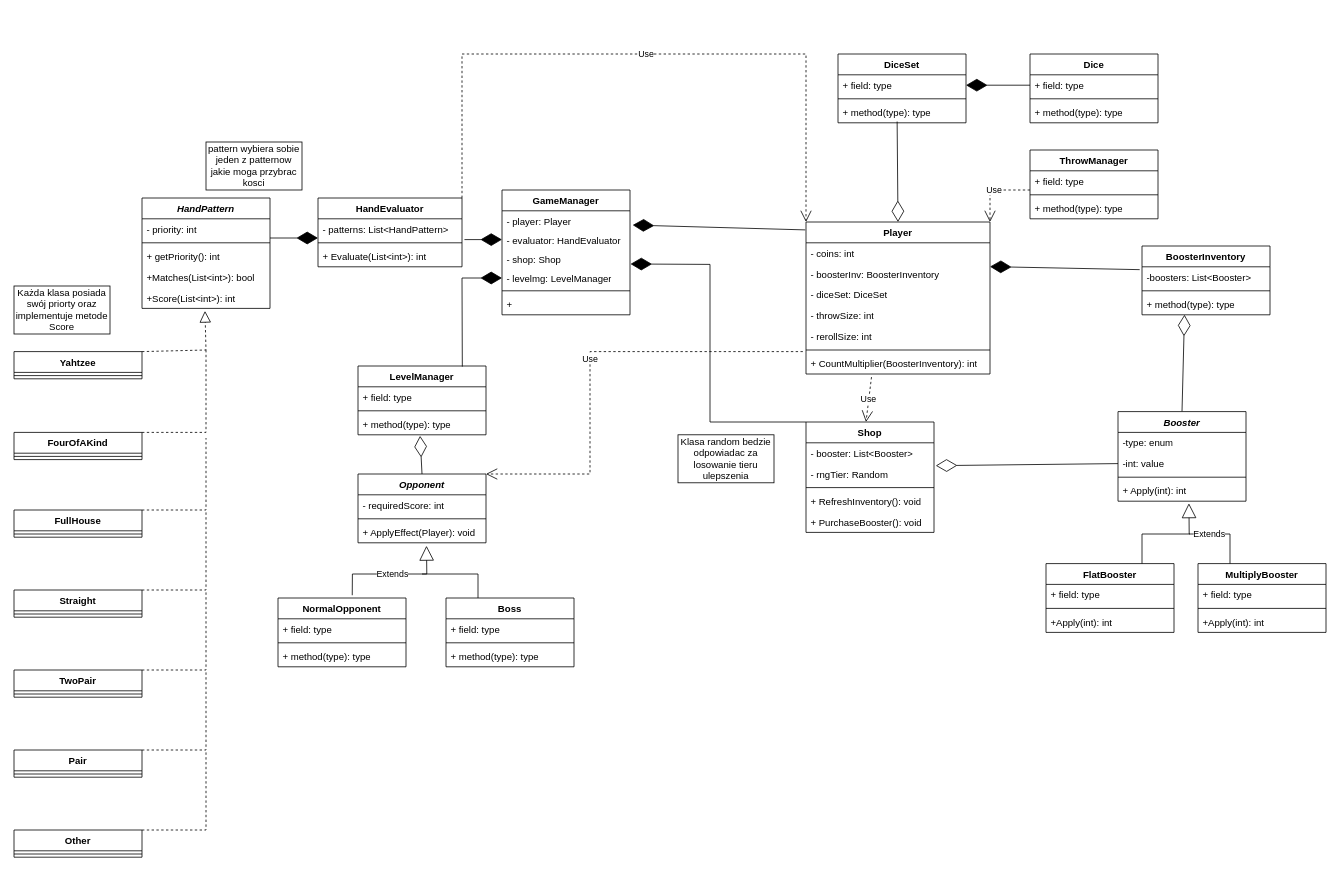
This is DiceGame.drawio from kcprlal/DiceGame, a draw.io file, before an edit. Source tidied: cells renumbered, new cells numbered last; positions are measured from the earlier drawing's top-left corner, leaving out a move shared by most shapes. Both pictures are drawn from the tidied source at 80%, with x=0, y=0 at pixel (14, 54).
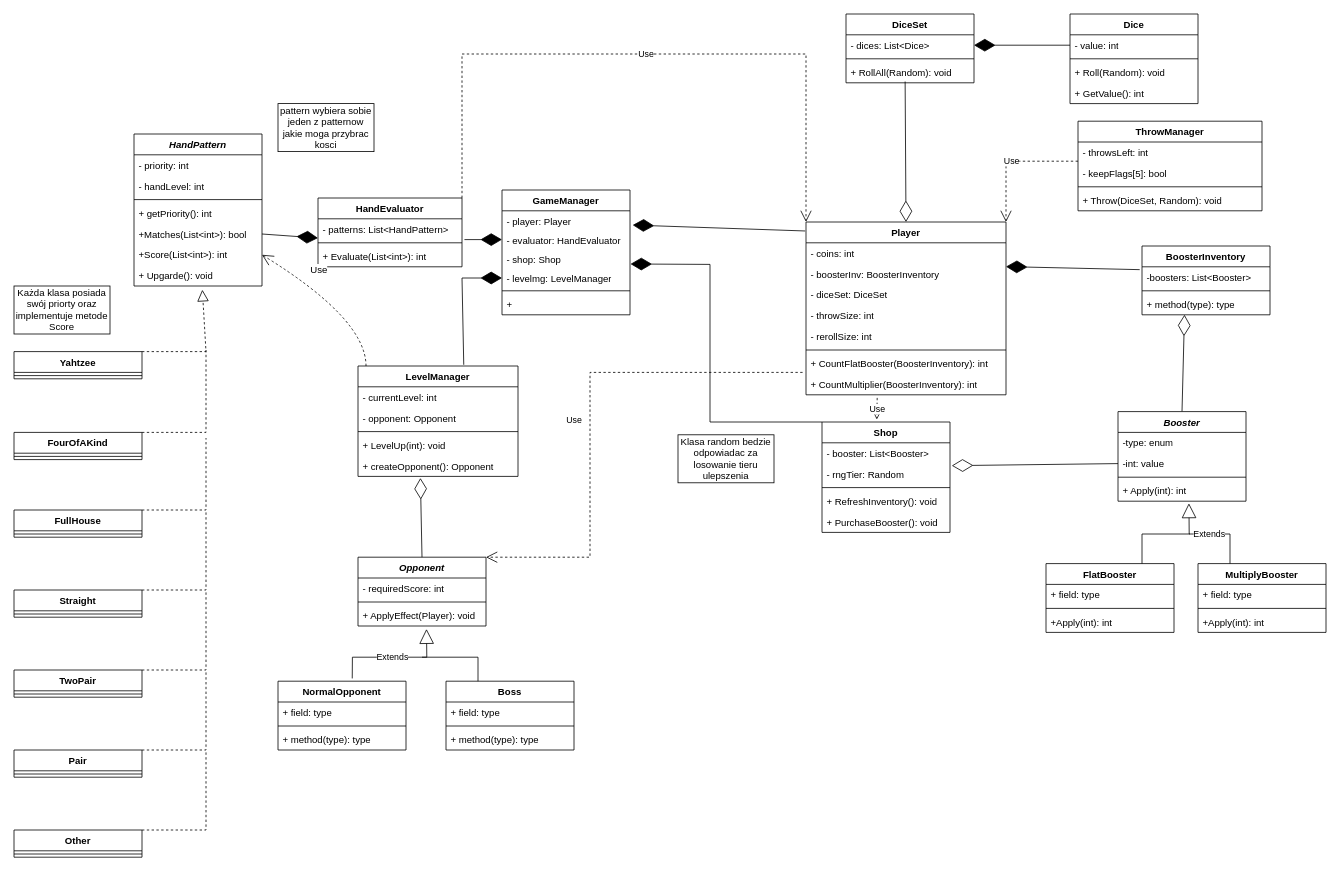
The same page after the edit.

The change refers to these unchanged cells:
```xml
<mxCell id="6" value="- levelmg: LevelManager&lt;div&gt;&lt;br&gt;&lt;/div&gt;" style="text;strokeColor=none;fillColor=none;align=left;verticalAlign=top;spacingLeft=4;spacingRight=4;overflow=hidden;points=[[0,0.5],[1,0.5]];portConstraint=eastwest;whiteSpace=wrap;html=1;" parent="2" vertex="1">
  <mxGeometry y="98" width="160" height="24" as="geometry" />
</mxCell>
<mxCell id="58" value="Yahtzee" style="swimlane;fontStyle=1;align=center;verticalAlign=top;horizontal=1;startSize=26;whiteSpace=wrap;html=1;" parent="1" vertex="1">
  <mxGeometry y="372" width="160" height="34" as="geometry" />
</mxCell>
<mxCell id="86" value="+ ApplyEffect(Player): void" style="text;strokeColor=none;fillColor=none;align=left;verticalAlign=top;spacingLeft=4;spacingRight=4;overflow=hidden;points=[[0,0.5],[1,0.5]];portConstraint=eastwest;whiteSpace=wrap;html=1;" parent="83" vertex="1">
  <mxGeometry y="60" width="160" height="26" as="geometry" />
</mxCell>
```

The edit, as a diff of the source:
```diff
@@
     <mxCell id="9" value="Player" style="swimlane;fontStyle=1;align=center;verticalAlign=top;horizontal=1;startSize=26;whiteSpace=wrap;html=1;" parent="1" vertex="1">
-      <mxGeometry x="990" y="210" width="230" height="190" as="geometry" />
+      <mxGeometry x="990" y="210" width="250" height="216" as="geometry" />
     </mxCell>
     <mxCell id="10" value="- coins: int" style="text;strokeColor=none;fillColor=none;align=left;verticalAlign=top;spacingLeft=4;spacingRight=4;overflow=hidden;whiteSpace=wrap;html=1;" parent="9" vertex="1">
-      <mxGeometry y="26" width="230" height="26" as="geometry" />
+      <mxGeometry y="26" width="250" height="26" as="geometry" />
     </mxCell>
     <mxCell id="11" value="- boosterInv: BoosterInventory" style="text;strokeColor=none;fillColor=none;align=left;verticalAlign=top;spacingLeft=4;spacingRight=4;overflow=hidden;points=[[0,0.5],[1,0.5]];portConstraint=eastwest;whiteSpace=wrap;html=1;" parent="9" vertex="1">
-      <mxGeometry y="52" width="230" height="26" as="geometry" />
+      <mxGeometry y="52" width="250" height="26" as="geometry" />
     </mxCell>
     <mxCell id="12" value="- diceSet: DiceSet" style="text;strokeColor=none;fillColor=none;align=left;verticalAlign=top;spacingLeft=4;spacingRight=4;overflow=hidden;whiteSpace=wrap;html=1;" parent="9" vertex="1">
-      <mxGeometry y="78" width="230" height="26" as="geometry" />
+      <mxGeometry y="78" width="250" height="26" as="geometry" />
     </mxCell>
     <mxCell id="13" value="- throwSize: int" style="text;strokeColor=none;fillColor=none;align=left;verticalAlign=top;spacingLeft=4;spacingRight=4;overflow=hidden;whiteSpace=wrap;html=1;" parent="9" vertex="1">
-      <mxGeometry y="104" width="230" height="26" as="geometry" />
+      <mxGeometry y="104" width="250" height="26" as="geometry" />
     </mxCell>
     <mxCell id="14" value="- rerollSize: int" style="text;strokeColor=none;fillColor=none;align=left;verticalAlign=top;spacingLeft=4;spacingRight=4;overflow=hidden;whiteSpace=wrap;html=1;" parent="9" vertex="1">
-      <mxGeometry y="130" width="230" height="26" as="geometry" />
+      <mxGeometry y="130" width="250" height="26" as="geometry" />
     </mxCell>
     <mxCell id="15" style="line;strokeWidth=1;fillColor=none;align=left;verticalAlign=middle;spacingTop=-1;spacingLeft=3;spacingRight=3;labelPosition=right;strokeColor=inherit;" parent="9" vertex="1">
-      <mxGeometry y="156" width="230" height="8" as="geometry" />
+      <mxGeometry y="156" width="250" height="8" as="geometry" />
     </mxCell>
+    <mxCell id="121" value="+ CountFlatBooster(BoosterInventory): int" style="text;strokeColor=none;fillColor=none;align=left;verticalAlign=top;spacingLeft=4;spacingRight=4;overflow=hidden;whiteSpace=wrap;html=1;" parent="9" vertex="1">
+      <mxGeometry y="164" width="250" height="26" as="geometry" />
+    </mxCell>
     <mxCell id="16" value="+ CountMultiplier(BoosterInventory): int" style="text;strokeColor=none;fillColor=none;align=left;verticalAlign=top;spacingLeft=4;spacingRight=4;overflow=hidden;points=[[0,0.5],[1,0.5]];portConstraint=eastwest;whiteSpace=wrap;html=1;" parent="9" vertex="1">
-      <mxGeometry y="164" width="230" height="26" as="geometry" />
+      <mxGeometry y="190" width="250" height="26" as="geometry" />
     </mxCell>
@@
     <mxCell id="37" value="Shop" style="swimlane;fontStyle=1;align=center;verticalAlign=top;horizontal=1;startSize=26;whiteSpace=wrap;html=1;" parent="1" vertex="1">
-      <mxGeometry x="990" y="460" width="160" height="138" as="geometry" />
+      <mxGeometry x="1010" y="460" width="160" height="138" as="geometry" />
     </mxCell>
@@
-    <mxCell id="44" value="Use" style="endArrow=open;endSize=12;dashed=1;html=1;rounded=0;exitX=0.356;exitY=1.148;exitDx=0;exitDy=0;exitPerimeter=0;" parent="1" edge="1" source="16">
-      <mxGeometry relative="1" as="geometry">
-        <mxPoint x="1065" y="460" as="targetPoint" />
-      </mxGeometry>
+    <mxCell id="44" value="Use" style="endArrow=open;endSize=12;dashed=1;html=1;rounded=0;exitX=0.356;exitY=1.148;exitDx=0;exitDy=0;exitPerimeter=0;entryX=0.428;entryY=-0.022;entryDx=0;entryDy=0;entryPerimeter=0;" parent="1" edge="1" source="16" target="37">
+      <mxGeometry relative="1" as="geometry" />
     </mxCell>
@@
     <mxCell id="51" value="pattern wybiera sobie jeden z patternow jakie moga przybrac kosci" style="whiteSpace=wrap;html=1;" parent="1" vertex="1">
-      <mxGeometry x="240" y="110" width="120" height="60" as="geometry" />
+      <mxGeometry x="330" y="62" width="120" height="60" as="geometry" />
     </mxCell>
     <mxCell id="52" value="&lt;i&gt;HandPattern&lt;/i&gt;" style="swimlane;fontStyle=1;align=center;verticalAlign=top;horizontal=1;startSize=26;whiteSpace=wrap;html=1;" parent="1" vertex="1">
-      <mxGeometry x="160" y="180" width="160" height="138" as="geometry" />
+      <mxGeometry x="150" y="100" width="160" height="190" as="geometry" />
     </mxCell>
@@
+    <mxCell id="122" value="- handLevel: int" style="text;strokeColor=none;fillColor=none;align=left;verticalAlign=top;spacingLeft=4;spacingRight=4;overflow=hidden;whiteSpace=wrap;html=1;" parent="52" vertex="1">
+      <mxGeometry y="52" width="160" height="26" as="geometry" />
+    </mxCell>
     <mxCell id="54" style="line;strokeWidth=1;fillColor=none;align=left;verticalAlign=middle;spacingTop=-1;spacingLeft=3;spacingRight=3;labelPosition=right;strokeColor=inherit;" parent="52" vertex="1">
-      <mxGeometry y="52" width="160" height="8" as="geometry" />
+      <mxGeometry y="78" width="160" height="8" as="geometry" />
     </mxCell>
     <mxCell id="55" value="+ getPriority(): int" style="text;strokeColor=none;fillColor=none;align=left;verticalAlign=top;spacingLeft=4;spacingRight=4;overflow=hidden;whiteSpace=wrap;html=1;" parent="52" vertex="1">
-      <mxGeometry y="60" width="160" height="26" as="geometry" />
+      <mxGeometry y="86" width="160" height="26" as="geometry" />
     </mxCell>
     <mxCell id="56" value="+Matches(List&amp;lt;int&amp;gt;): bool" style="text;strokeColor=none;fillColor=none;align=left;verticalAlign=top;spacingLeft=4;spacingRight=4;overflow=hidden;points=[[0,0.5],[1,0.5]];portConstraint=eastwest;whiteSpace=wrap;html=1;" parent="52" vertex="1">
-      <mxGeometry y="86" width="160" height="26" as="geometry" />
+      <mxGeometry y="112" width="160" height="26" as="geometry" />
     </mxCell>
     <mxCell id="57" value="+Score(List&amp;lt;int&amp;gt;): int" style="text;strokeColor=none;fillColor=none;align=left;verticalAlign=top;spacingLeft=4;spacingRight=4;overflow=hidden;points=[[0,0.5],[1,0.5]];portConstraint=eastwest;whiteSpace=wrap;html=1;" parent="52" vertex="1">
-      <mxGeometry y="112" width="160" height="26" as="geometry" />
+      <mxGeometry y="138" width="160" height="26" as="geometry" />
     </mxCell>
+    <mxCell id="123" value="+ Upgarde(): void" style="text;strokeColor=none;fillColor=none;align=left;verticalAlign=top;spacingLeft=4;spacingRight=4;overflow=hidden;points=[[0,0.5],[1,0.5]];portConstraint=eastwest;whiteSpace=wrap;html=1;" parent="52" vertex="1">
+      <mxGeometry y="164" width="160" height="26" as="geometry" />
+    </mxCell>
@@
-    <mxCell id="72" style="endArrow=block;dashed=1;endFill=0;endSize=12;html=1;rounded=0;exitX=1;exitY=0;exitDx=0;exitDy=0;entryX=0.492;entryY=1.122;entryDx=0;entryDy=0;entryPerimeter=0;" parent="1" edge="1" source="58" target="57">
+    <mxCell id="72" style="endArrow=block;dashed=1;endFill=0;endSize=12;html=1;rounded=0;exitX=1;exitY=0;exitDx=0;exitDy=0;entryX=0.534;entryY=1.181;entryDx=0;entryDy=0;entryPerimeter=0;" parent="1" edge="1" source="58" target="123">
       <mxGeometry relative="1" as="geometry">
         <Array as="points">
-          <mxPoint x="240" y="370" />
+          <mxPoint x="240" y="372" />
         </Array>
       </mxGeometry>
     </mxCell>
@@
     <mxCell id="79" value="LevelManager" style="swimlane;fontStyle=1;align=center;verticalAlign=top;horizontal=1;startSize=26;whiteSpace=wrap;html=1;" parent="1" vertex="1">
-      <mxGeometry x="430" y="390" width="160" height="86" as="geometry" />
+      <mxGeometry x="430" y="390" width="200" height="138" as="geometry" />
     </mxCell>
+    <mxCell id="124" value="Use" style="endArrow=open;endSize=12;dashed=1;html=1;rounded=0;fontSize=12;curved=1;entryX=1;entryY=0.5;entryDx=0;entryDy=0;" parent="79" edge="1" target="57">
+      <mxGeometry x="0.33" y="-21" relative="1" as="geometry">
+        <mxPoint x="10" as="sourcePoint" />
+        <Array as="points">
+          <mxPoint x="10" y="-59" />
+        </Array>
+      </mxGeometry>
+    </mxCell>
-    <mxCell id="80" value="+ field: type" style="text;strokeColor=none;fillColor=none;align=left;verticalAlign=top;spacingLeft=4;spacingRight=4;overflow=hidden;whiteSpace=wrap;html=1;" parent="79" vertex="1">
-      <mxGeometry y="26" width="160" height="26" as="geometry" />
+    <mxCell id="80" value="- currentLevel: int" style="text;strokeColor=none;fillColor=none;align=left;verticalAlign=top;spacingLeft=4;spacingRight=4;overflow=hidden;whiteSpace=wrap;html=1;" parent="79" vertex="1">
+      <mxGeometry y="26" width="200" height="26" as="geometry" />
     </mxCell>
+    <mxCell id="125" value="- opponent: Opponent" style="text;strokeColor=none;fillColor=none;align=left;verticalAlign=top;spacingLeft=4;spacingRight=4;overflow=hidden;whiteSpace=wrap;html=1;" parent="79" vertex="1">
+      <mxGeometry y="52" width="200" height="26" as="geometry" />
+    </mxCell>
     <mxCell id="81" style="line;strokeWidth=1;fillColor=none;align=left;verticalAlign=middle;spacingTop=-1;spacingLeft=3;spacingRight=3;labelPosition=right;strokeColor=inherit;" parent="79" vertex="1">
-      <mxGeometry y="52" width="160" height="8" as="geometry" />
+      <mxGeometry y="78" width="200" height="8" as="geometry" />
     </mxCell>
-    <mxCell id="82" value="+ method(type): type" style="text;strokeColor=none;fillColor=none;align=left;verticalAlign=top;spacingLeft=4;spacingRight=4;overflow=hidden;points=[[0,0.5],[1,0.5]];portConstraint=eastwest;whiteSpace=wrap;html=1;" parent="79" vertex="1">
-      <mxGeometry y="60" width="160" height="26" as="geometry" />
+    <mxCell id="82" value="+ LevelUp(int): void" style="text;strokeColor=none;fillColor=none;align=left;verticalAlign=top;spacingLeft=4;spacingRight=4;overflow=hidden;points=[[0,0.5],[1,0.5]];portConstraint=eastwest;whiteSpace=wrap;html=1;" parent="79" vertex="1">
+      <mxGeometry y="86" width="200" height="26" as="geometry" />
     </mxCell>
+    <mxCell id="126" value="+ createOpponent(): Opponent" style="text;strokeColor=none;fillColor=none;align=left;verticalAlign=top;spacingLeft=4;spacingRight=4;overflow=hidden;whiteSpace=wrap;html=1;" parent="79" vertex="1">
+      <mxGeometry y="112" width="200" height="26" as="geometry" />
+    </mxCell>
     <mxCell id="83" value="&lt;i&gt;Opponent&lt;/i&gt;" style="swimlane;fontStyle=1;align=center;verticalAlign=top;horizontal=1;startSize=26;whiteSpace=wrap;html=1;" parent="1" vertex="1">
-      <mxGeometry x="430" y="525" width="160" height="86" as="geometry" />
+      <mxGeometry x="430" y="629" width="160" height="86" as="geometry" />
     </mxCell>
@@
     <mxCell id="88" value="NormalOpponent" style="swimlane;fontStyle=1;align=center;verticalAlign=top;horizontal=1;startSize=26;whiteSpace=wrap;html=1;" parent="1" vertex="1">
-      <mxGeometry x="330" y="680" width="160" height="86" as="geometry" />
+      <mxGeometry x="330" y="784" width="160" height="86" as="geometry" />
     </mxCell>
@@
     <mxCell id="92" value="Boss" style="swimlane;fontStyle=1;align=center;verticalAlign=top;horizontal=1;startSize=26;whiteSpace=wrap;html=1;" parent="1" vertex="1">
-      <mxGeometry x="540" y="680" width="160" height="86" as="geometry" />
+      <mxGeometry x="540" y="784" width="160" height="86" as="geometry" />
     </mxCell>
@@
     <mxCell id="96" value="DiceSet" style="swimlane;fontStyle=1;align=center;verticalAlign=top;horizontal=1;startSize=26;whiteSpace=wrap;html=1;" parent="1" vertex="1">
-      <mxGeometry x="1030" width="160" height="86" as="geometry" />
+      <mxGeometry x="1040" y="-50" width="160" height="86" as="geometry" />
     </mxCell>
-    <mxCell id="97" value="+ field: type" style="text;strokeColor=none;fillColor=none;align=left;verticalAlign=top;spacingLeft=4;spacingRight=4;overflow=hidden;points=[[0,0.5],[1,0.5]];portConstraint=eastwest;whiteSpace=wrap;html=1;" parent="96" vertex="1">
+    <mxCell id="97" value="- dices: List&amp;lt;Dice&amp;gt;" style="text;strokeColor=none;fillColor=none;align=left;verticalAlign=top;spacingLeft=4;spacingRight=4;overflow=hidden;points=[[0,0.5],[1,0.5]];portConstraint=eastwest;whiteSpace=wrap;html=1;" parent="96" vertex="1">
       <mxGeometry y="26" width="160" height="26" as="geometry" />
     </mxCell>
@@
-    <mxCell id="99" value="+ method(type): type" style="text;strokeColor=none;fillColor=none;align=left;verticalAlign=top;spacingLeft=4;spacingRight=4;overflow=hidden;points=[[0,0.5],[1,0.5]];portConstraint=eastwest;whiteSpace=wrap;html=1;" parent="96" vertex="1">
+    <mxCell id="99" value="+ RollAll(Random): void" style="text;strokeColor=none;fillColor=none;align=left;verticalAlign=top;spacingLeft=4;spacingRight=4;overflow=hidden;points=[[0,0.5],[1,0.5]];portConstraint=eastwest;whiteSpace=wrap;html=1;" parent="96" vertex="1">
       <mxGeometry y="60" width="160" height="26" as="geometry" />
     </mxCell>
     <mxCell id="100" value="Dice" style="swimlane;fontStyle=1;align=center;verticalAlign=top;horizontal=1;startSize=26;whiteSpace=wrap;html=1;" parent="1" vertex="1">
-      <mxGeometry x="1270" width="160" height="86" as="geometry" />
+      <mxGeometry x="1320" y="-50" width="160" height="112" as="geometry" />
     </mxCell>
-    <mxCell id="101" value="+ field: type" style="text;strokeColor=none;fillColor=none;align=left;verticalAlign=top;spacingLeft=4;spacingRight=4;overflow=hidden;points=[[0,0.5],[1,0.5]];portConstraint=eastwest;whiteSpace=wrap;html=1;" parent="100" vertex="1">
+    <mxCell id="101" value="- value: int" style="text;strokeColor=none;fillColor=none;align=left;verticalAlign=top;spacingLeft=4;spacingRight=4;overflow=hidden;points=[[0,0.5],[1,0.5]];portConstraint=eastwest;whiteSpace=wrap;html=1;" parent="100" vertex="1">
       <mxGeometry y="26" width="160" height="26" as="geometry" />
     </mxCell>
@@
-    <mxCell id="103" value="+ method(type): type" style="text;strokeColor=none;fillColor=none;align=left;verticalAlign=top;spacingLeft=4;spacingRight=4;overflow=hidden;whiteSpace=wrap;html=1;" parent="100" vertex="1">
+    <mxCell id="103" value="+ Roll(Random): void" style="text;strokeColor=none;fillColor=none;align=left;verticalAlign=top;spacingLeft=4;spacingRight=4;overflow=hidden;whiteSpace=wrap;html=1;" parent="100" vertex="1">
       <mxGeometry y="60" width="160" height="26" as="geometry" />
     </mxCell>
+    <mxCell id="127" value="+ GetValue(): int" style="text;strokeColor=none;fillColor=none;align=left;verticalAlign=top;spacingLeft=4;spacingRight=4;overflow=hidden;whiteSpace=wrap;html=1;" parent="100" vertex="1">
+      <mxGeometry y="86" width="160" height="26" as="geometry" />
+    </mxCell>
-    <mxCell id="104" style="endArrow=diamondThin;endFill=1;endSize=24;html=1;rounded=0;exitX=0.815;exitY=0.009;exitDx=0;exitDy=0;exitPerimeter=0;entryX=0;entryY=0.5;entryDx=0;entryDy=0;" parent="1" edge="1" source="79" target="6">
+    <mxCell id="104" style="endArrow=diamondThin;endFill=1;endSize=24;html=1;rounded=0;exitX=0.661;exitY=-0.011;exitDx=0;exitDy=0;exitPerimeter=0;entryX=0;entryY=0.5;entryDx=0;entryDy=0;" parent="1" edge="1" source="79" target="6">
       <mxGeometry relative="1" as="geometry">
         <Array as="points">
           <mxPoint x="560" y="280" />
         </Array>
       </mxGeometry>
     </mxCell>
     <mxCell id="105" value="Extends" style="endArrow=block;endSize=16;endFill=0;html=1;rounded=0;exitX=0.58;exitY=-0.04;exitDx=0;exitDy=0;exitPerimeter=0;entryX=0.535;entryY=1.144;entryDx=0;entryDy=0;entryPerimeter=0;" parent="1" edge="1" source="88" target="86">
       <mxGeometry relative="1" as="geometry">
         <Array as="points">
-          <mxPoint x="423" y="650" />
-          <mxPoint x="516" y="650" />
+          <mxPoint x="423" y="754" />
+          <mxPoint x="516" y="754" />
         </Array>
       </mxGeometry>
     </mxCell>
     <mxCell id="106" style="endArrow=none;html=1;rounded=0;exitX=0.25;exitY=0;exitDx=0;exitDy=0;" parent="1" edge="1" source="92">
       <mxGeometry relative="1" as="geometry">
-        <mxPoint x="510" y="650" as="targetPoint" />
+        <mxPoint x="510" y="754" as="targetPoint" />
         <Array as="points">
-          <mxPoint x="580" y="650" />
+          <mxPoint x="580" y="754" />
         </Array>
       </mxGeometry>
     </mxCell>
-    <mxCell id="107" style="endArrow=diamondThin;endFill=0;endSize=24;html=1;rounded=0;exitX=0.5;exitY=0;exitDx=0;exitDy=0;entryX=0.485;entryY=1.051;entryDx=0;entryDy=0;entryPerimeter=0;" parent="1" edge="1" source="83" target="82">
-      <mxGeometry relative="1" as="geometry" />
+    <mxCell id="107" style="endArrow=diamondThin;endFill=0;endSize=24;html=1;rounded=0;exitX=0.5;exitY=0;exitDx=0;exitDy=0;" parent="1" edge="1" source="83">
+      <mxGeometry relative="1" as="geometry">
+        <mxPoint x="508" y="530" as="targetPoint" />
+      </mxGeometry>
     </mxCell>
@@
     <mxCell id="109" value="ThrowManager" style="swimlane;fontStyle=1;align=center;verticalAlign=top;horizontal=1;startSize=26;whiteSpace=wrap;html=1;" parent="1" vertex="1">
-      <mxGeometry x="1270" y="120" width="160" height="86" as="geometry" />
+      <mxGeometry x="1330" y="84" width="230" height="112" as="geometry" />
     </mxCell>
-    <mxCell id="110" value="+ field: type" style="text;strokeColor=none;fillColor=none;align=left;verticalAlign=top;spacingLeft=4;spacingRight=4;overflow=hidden;whiteSpace=wrap;html=1;" parent="109" vertex="1">
-      <mxGeometry y="26" width="160" height="26" as="geometry" />
+    <mxCell id="110" value="- throwsLeft: int" style="text;strokeColor=none;fillColor=none;align=left;verticalAlign=top;spacingLeft=4;spacingRight=4;overflow=hidden;whiteSpace=wrap;html=1;" parent="109" vertex="1">
+      <mxGeometry y="26" width="230" height="26" as="geometry" />
     </mxCell>
+    <mxCell id="128" value="- keepFlags[5]: bool" style="text;strokeColor=none;fillColor=none;align=left;verticalAlign=top;spacingLeft=4;spacingRight=4;overflow=hidden;whiteSpace=wrap;html=1;" parent="109" vertex="1">
+      <mxGeometry y="52" width="230" height="26" as="geometry" />
+    </mxCell>
     <mxCell id="111" value="Use" style="endArrow=open;endSize=12;dashed=1;html=1;rounded=0;entryX=1;entryY=0;entryDx=0;entryDy=0;" parent="109" edge="1" target="9">
       <mxGeometry relative="1" as="geometry">
         <mxPoint y="50" as="sourcePoint" />
         <Array as="points">
-          <mxPoint x="-50" y="50" />
+          <mxPoint x="-90" y="50" />
         </Array>
       </mxGeometry>
     </mxCell>
     <mxCell id="112" style="line;strokeWidth=1;fillColor=none;align=left;verticalAlign=middle;spacingTop=-1;spacingLeft=3;spacingRight=3;labelPosition=right;strokeColor=inherit;" parent="109" vertex="1">
-      <mxGeometry y="52" width="160" height="8" as="geometry" />
+      <mxGeometry y="78" width="230" height="8" as="geometry" />
     </mxCell>
-    <mxCell id="113" value="+ method(type): type" style="text;strokeColor=none;fillColor=none;align=left;verticalAlign=top;spacingLeft=4;spacingRight=4;overflow=hidden;whiteSpace=wrap;html=1;" parent="109" vertex="1">
-      <mxGeometry y="60" width="160" height="26" as="geometry" />
+    <mxCell id="113" value="+ Throw(DiceSet, Random): void" style="text;strokeColor=none;fillColor=none;align=left;verticalAlign=top;spacingLeft=4;spacingRight=4;overflow=hidden;whiteSpace=wrap;html=1;" parent="109" vertex="1">
+      <mxGeometry y="86" width="230" height="26" as="geometry" />
     </mxCell>
@@
-    <mxCell id="115" style="endArrow=diamondThin;endFill=1;endSize=24;html=1;rounded=0;" parent="1" edge="1">
+    <mxCell id="115" style="endArrow=diamondThin;endFill=1;endSize=24;html=1;rounded=0;exitX=1;exitY=0.5;exitDx=0;exitDy=0;" parent="1" edge="1" source="56">
       <mxGeometry relative="1" as="geometry">
-        <mxPoint x="320" y="230" as="sourcePoint" />
         <mxPoint x="380" y="230" as="targetPoint" />
       </mxGeometry>
     </mxCell>
@@
     <mxCell id="120" value="Use" style="endArrow=open;endSize=12;dashed=1;html=1;rounded=0;exitX=-0.017;exitY=-0.077;exitDx=0;exitDy=0;entryX=1;entryY=0;entryDx=0;entryDy=0;exitPerimeter=0;" parent="1" edge="1" source="16" target="83">
-      <mxGeometry relative="1" as="geometry">
+      <mxGeometry x="0.04" y="-20" relative="1" as="geometry">
         <Array as="points">
-          <mxPoint x="720" y="372" />
-          <mxPoint x="720" y="525" />
+          <mxPoint x="720" y="398" />
+          <mxPoint x="720" y="629" />
         </Array>
       </mxGeometry>
     </mxCell>
```
